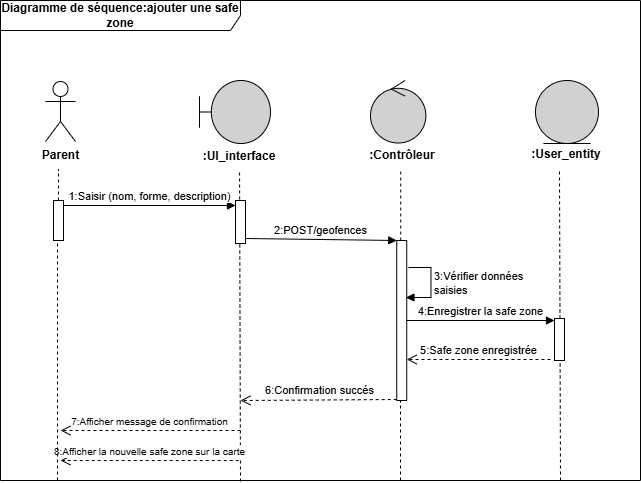
Before: images/DS_ajouterSafeZone.png, a diagram exported from draw.io (Hadil-fk/SafeTrack-rapport). Source tidied: cells renumbered, new cells last; positions are measured from the earlier drawing's top-left corner, leaving out a move shared by most shapes. The source it was exported from:
```xml
<mxGraphModel>
  <root>
    <mxCell id="0" />
    <mxCell id="1" parent="0" />
    <mxCell id="2" value="&lt;b&gt;Parent&lt;/b&gt;" style="shape=umlActor;verticalLabelPosition=bottom;verticalAlign=top;html=1;" parent="1" vertex="1">
      <mxGeometry x="45" y="81" width="30" height="60" as="geometry" />
    </mxCell>
    <mxCell id="3" value="&lt;b&gt;Diagramme de séquence:ajouter une safe zone&lt;/b&gt;" style="shape=umlFrame;whiteSpace=wrap;html=1;width=240;height=30;" parent="1" vertex="1">
      <mxGeometry width="640" height="480" as="geometry" />
    </mxCell>
    <mxCell id="4" style="shape=umlBoundary;whiteSpace=wrap;html=1;fillColor=#D1D1D1;" parent="1" vertex="1">
      <mxGeometry x="199" y="80" width="71" height="63" as="geometry" />
    </mxCell>
    <mxCell id="5" style="endArrow=none;dashed=1;html=1;rounded=0;" parent="1" edge="1">
      <mxGeometry relative="1" as="geometry">
        <mxPoint x="58" y="200" as="sourcePoint" />
        <mxPoint x="58" y="169" as="targetPoint" />
      </mxGeometry>
    </mxCell>
    <mxCell id="6" style="endArrow=none;dashed=1;html=1;rounded=0;" parent="1" edge="1" target="7">
      <mxGeometry relative="1" as="geometry">
        <mxPoint x="240" y="481" as="sourcePoint" />
      </mxGeometry>
    </mxCell>
    <mxCell id="7" value="&lt;b&gt;:UI_interface&lt;/b&gt;" style="text;html=1;whiteSpace=wrap;strokeColor=none;fillColor=none;align=center;verticalAlign=middle;rounded=0;" parent="1" vertex="1">
      <mxGeometry x="189" y="141" width="100" height="30" as="geometry" />
    </mxCell>
    <mxCell id="8" style="ellipse;shape=umlControl;whiteSpace=wrap;html=1;fillColor=#D1D1D1;" parent="1" vertex="1">
      <mxGeometry x="370" y="80" width="55.4" height="62.5" as="geometry" />
    </mxCell>
    <mxCell id="9" value="&lt;b&gt;:Contrôleur&lt;/b&gt;" style="text;html=1;whiteSpace=wrap;strokeColor=none;fillColor=none;align=center;verticalAlign=middle;rounded=0;" parent="1" vertex="1">
      <mxGeometry x="372.5" y="140" width="60" height="30" as="geometry" />
    </mxCell>
    <mxCell id="10" style="endArrow=none;dashed=1;html=1;rounded=0;" parent="1" edge="1" source="17">
      <mxGeometry relative="1" as="geometry">
        <mxPoint x="400.2" y="168" as="targetPoint" />
      </mxGeometry>
    </mxCell>
    <mxCell id="11" value="&lt;b&gt;:User_entity&lt;/b&gt;" style="text;html=1;whiteSpace=wrap;strokeColor=none;fillColor=none;align=center;verticalAlign=middle;rounded=0;" parent="1" vertex="1">
      <mxGeometry x="536" y="139" width="60" height="30" as="geometry" />
    </mxCell>
    <mxCell id="12" style="ellipse;shape=umlEntity;whiteSpace=wrap;html=1;fillColor=#D1D1D1;" parent="1" vertex="1">
      <mxGeometry x="535" y="80" width="63" height="63" as="geometry" />
    </mxCell>
    <mxCell id="13" style="endArrow=none;dashed=1;html=1;rounded=0;" parent="1" edge="1">
      <mxGeometry relative="1" as="geometry">
        <mxPoint x="560" y="480" as="sourcePoint" />
        <mxPoint x="559" y="171" as="targetPoint" />
      </mxGeometry>
    </mxCell>
    <mxCell id="14" value="1:Saisir (nom, forme, description)" style="html=1;verticalAlign=bottom;endArrow=block;curved=0;rounded=0;exitX=1;exitY=0;exitDx=0;exitDy=5;exitPerimeter=0;" parent="1" edge="1" source="27" target="15">
      <mxGeometry relative="1" as="geometry" />
    </mxCell>
    <mxCell id="15" style="html=1;points=[[0,0,0,0,5],[0,1,0,0,-5],[1,0,0,0,5],[1,1,0,0,-5]];perimeter=orthogonalPerimeter;outlineConnect=0;targetShapes=umlLifeline;portConstraint=eastwest;newEdgeStyle={&quot;curved&quot;:0,&quot;rounded&quot;:0};" parent="1" vertex="1">
      <mxGeometry x="235" y="200" width="10" height="43" as="geometry" />
    </mxCell>
    <mxCell id="16" style="endArrow=none;dashed=1;html=1;rounded=0;" parent="1" edge="1" target="17">
      <mxGeometry relative="1" as="geometry">
        <mxPoint x="400" y="480" as="sourcePoint" />
      </mxGeometry>
    </mxCell>
    <mxCell id="17" style="html=1;points=[[0,0,0,0,5],[0,1,0,0,-5],[1,0,0,0,5],[1,1,0,0,-5]];perimeter=orthogonalPerimeter;outlineConnect=0;targetShapes=umlLifeline;portConstraint=eastwest;newEdgeStyle={&quot;curved&quot;:0,&quot;rounded&quot;:0};" parent="1" vertex="1">
      <mxGeometry x="396.2" y="240" width="10" height="160" as="geometry" />
    </mxCell>
    <mxCell id="18" value="2:POST/geofences" style="html=1;verticalAlign=bottom;endArrow=block;curved=0;rounded=0;exitX=1;exitY=1;exitDx=0;exitDy=-5;exitPerimeter=0;" parent="1" edge="1" source="15" target="17">
      <mxGeometry relative="1" as="geometry" />
    </mxCell>
    <mxCell id="19" value="3:Vérifier données&amp;nbsp;&lt;div&gt;saisies&lt;/div&gt;" style="html=1;align=left;spacingLeft=2;endArrow=block;rounded=0;edgeStyle=orthogonalEdgeStyle;curved=0;rounded=0;" parent="1" edge="1">
      <mxGeometry relative="1" as="geometry">
        <mxPoint x="408" y="267" as="sourcePoint" />
        <mxPoint x="405.5" y="297" as="targetPoint" />
        <Array as="points">
          <mxPoint x="430.5" y="297" />
        </Array>
      </mxGeometry>
    </mxCell>
    <mxCell id="20" value="4:Enregistrer la safe zone" style="html=1;verticalAlign=bottom;endArrow=block;curved=0;rounded=0;" parent="1" edge="1" source="17" target="21">
      <mxGeometry relative="1" as="geometry" />
    </mxCell>
    <mxCell id="21" style="html=1;points=[[0,0,0,0,5],[0,1,0,0,-5],[1,0,0,0,5],[1,1,0,0,-5]];perimeter=orthogonalPerimeter;outlineConnect=0;targetShapes=umlLifeline;portConstraint=eastwest;newEdgeStyle={&quot;curved&quot;:0,&quot;rounded&quot;:0};" parent="1" vertex="1">
      <mxGeometry x="554" y="318" width="10" height="42" as="geometry" />
    </mxCell>
    <mxCell id="22" value="5:Safe zone enregistrée" style="html=1;verticalAlign=bottom;endArrow=open;dashed=1;endSize=8;curved=0;rounded=0;" parent="1" edge="1">
      <mxGeometry relative="1" as="geometry">
        <mxPoint x="550" y="359" as="sourcePoint" />
        <mxPoint x="406.2" y="359" as="targetPoint" />
      </mxGeometry>
    </mxCell>
    <mxCell id="23" value="6:Confirmation succés" style="html=1;verticalAlign=bottom;endArrow=open;dashed=1;endSize=8;curved=0;rounded=0;" parent="1" edge="1">
      <mxGeometry relative="1" as="geometry">
        <mxPoint x="396.2" y="399" as="sourcePoint" />
        <mxPoint x="240" y="400" as="targetPoint" />
      </mxGeometry>
    </mxCell>
    <mxCell id="24" value="&lt;font style=&quot;font-size: 10px;&quot;&gt;7:Afficher message de confirmation&lt;/font&gt;" style="html=1;verticalAlign=bottom;endArrow=open;dashed=1;endSize=8;curved=0;rounded=0;" parent="1" edge="1">
      <mxGeometry relative="1" as="geometry">
        <mxPoint x="240" y="430" as="sourcePoint" />
        <mxPoint x="60" y="430" as="targetPoint" />
      </mxGeometry>
    </mxCell>
    <mxCell id="25" value="&lt;font style=&quot;font-size: 10px;&quot;&gt;8:Afficher la nouvelle safe zone sur la carte&lt;/font&gt;" style="html=1;verticalAlign=bottom;endArrow=open;dashed=1;endSize=8;curved=0;rounded=0;" parent="1" edge="1">
      <mxGeometry relative="1" as="geometry">
        <mxPoint x="238.2" y="460" as="sourcePoint" />
        <mxPoint x="60" y="460" as="targetPoint" />
      </mxGeometry>
    </mxCell>
    <mxCell id="26" style="endArrow=none;dashed=1;html=1;rounded=0;" parent="1" edge="1">
      <mxGeometry relative="1" as="geometry">
        <mxPoint x="57" y="480" as="sourcePoint" />
        <mxPoint x="57" y="240" as="targetPoint" />
      </mxGeometry>
    </mxCell>
    <mxCell id="27" style="html=1;points=[[0,0,0,0,5],[0,1,0,0,-5],[1,0,0,0,5],[1,1,0,0,-5]];perimeter=orthogonalPerimeter;outlineConnect=0;targetShapes=umlLifeline;portConstraint=eastwest;newEdgeStyle={&quot;curved&quot;:0,&quot;rounded&quot;:0};" parent="1" vertex="1">
      <mxGeometry x="53" y="200" width="10" height="40" as="geometry" />
    </mxCell>
  </root>
</mxGraphModel>
```
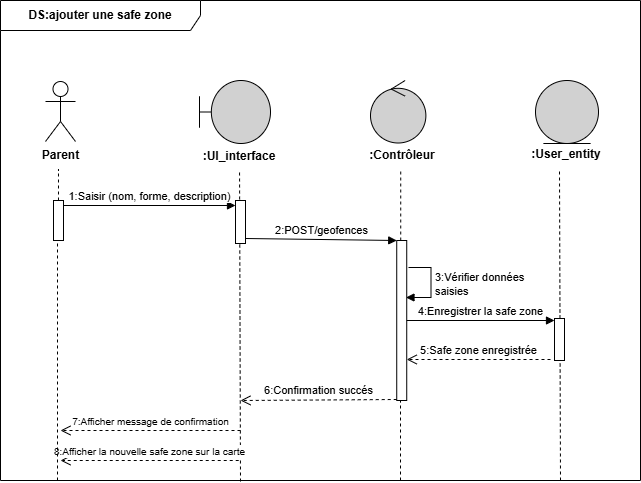
After the commit.

Change to the diagram source:
```diff
@@ -5,7 +5,7 @@
     <mxCell id="2" value="&lt;b&gt;Parent&lt;/b&gt;" style="shape=umlActor;verticalLabelPosition=bottom;verticalAlign=top;html=1;" parent="1" vertex="1">
       <mxGeometry x="45" y="81" width="30" height="60" as="geometry" />
     </mxCell>
-    <mxCell id="3" value="&lt;b&gt;Diagramme de séquence:ajouter une safe zone&lt;/b&gt;" style="shape=umlFrame;whiteSpace=wrap;html=1;width=240;height=30;" parent="1" vertex="1">
+    <mxCell id="3" value="&lt;b&gt;DS:ajouter une safe zone&lt;/b&gt;" style="shape=umlFrame;whiteSpace=wrap;html=1;width=200;height=30;" parent="1" vertex="1">
       <mxGeometry width="640" height="480" as="geometry" />
     </mxCell>
     <mxCell id="4" style="shape=umlBoundary;whiteSpace=wrap;html=1;fillColor=#D1D1D1;" parent="1" vertex="1">
```
